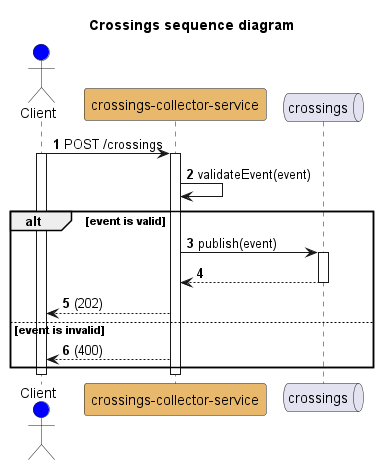
Earlier version of the PlantUML export docs/crossings_sequence_diagram.png (VictorBulnesVilla/crossing-collector-service). The source it was exported from:
```plantuml
@startuml "crossings_sequence_diagram"
title "Crossings sequence diagram"
autonumber
actor Client #blue
participant "crossings-collector-service" as app #E8B86D
queue crossings

Client->app: POST /crossings
activate Client
activate app
app->app: validateEvent(event)
alt event is valid
    app->crossings: publish(event)
    activate crossings
    app<--crossings
    deactivate crossings
    Client<--app: (202)
else event is invalid
    Client <-- app: (400)
end
deactivate app
deactivate Client

@enduml
```
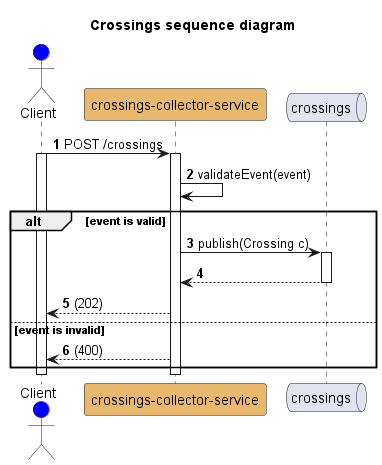
After the commit.

Commit message:
Adding class diagram, modify README file

The edit, as a diff of the source:
```diff
@@ -10,7 +10,7 @@
 activate app
 app->app: validateEvent(event)
 alt event is valid
-    app->crossings: publish(event)
+    app->crossings: publish(Crossing c)
     activate crossings
     app<--crossings
     deactivate crossings
```
